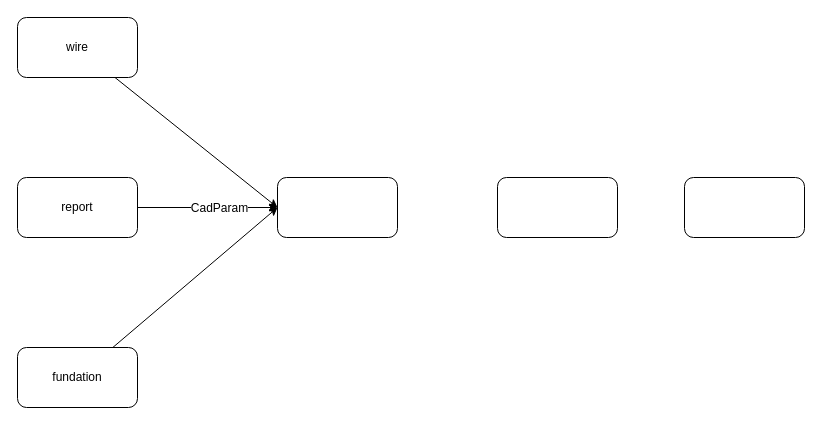
Above: cad.drawio in tonyleifang/tony (draw.io), before the change. Source tidied: cells renumbered, new cells numbered last; positions are measured from the earlier drawing's top-left corner, leaving out a move shared by most shapes. Both pictures are drawn from the tidied source at 100%, with x=0, y=0 at pixel (17, 17).
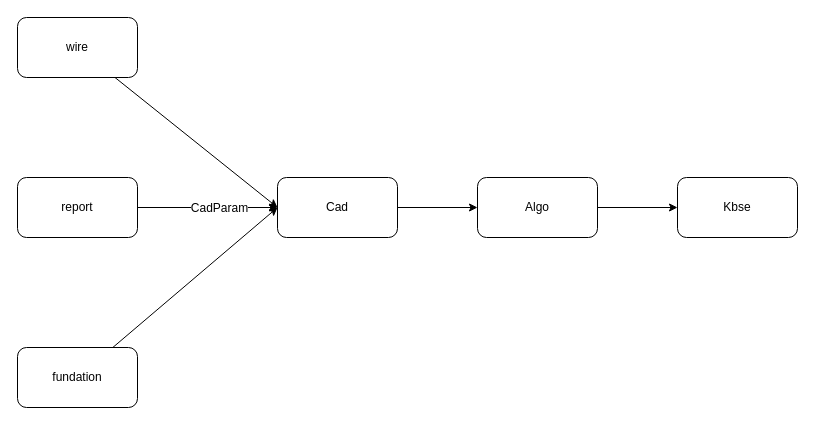
Above is the later version.

Diff of the diagram source:
```diff
@@
 <mxGraphModel>
   <root>
     <mxCell id="0" />
     <mxCell id="1" parent="0" />
     <mxCell id="2" style="rounded=0;jettySize=auto;html=1;entryX=0;entryY=0.5;entryDx=0;entryDy=0;" parent="1" edge="1" source="3" target="9">
       <mxGeometry relative="1" as="geometry" />
     </mxCell>
     <mxCell id="3" value="wire" style="rounded=1;whiteSpace=wrap;html=1;" parent="1" vertex="1">
       <mxGeometry width="120" height="60" as="geometry" />
     </mxCell>
     <mxCell id="4" style="edgeStyle=none;rounded=0;jettySize=auto;html=1;entryX=0;entryY=0.5;entryDx=0;entryDy=0;" parent="1" edge="1" source="6" target="9">
       <mxGeometry relative="1" as="geometry" />
     </mxCell>
     <mxCell id="5" value="CadParam" style="text;html=1;align=center;verticalAlign=middle;labelBackgroundColor=#ffffff;" parent="4" vertex="1">
       <mxGeometry x="-0.59" y="-1" relative="1" as="geometry">
         <mxPoint x="52" y="-1" as="offset" />
       </mxGeometry>
     </mxCell>
     <mxCell id="6" value="report&lt;br&gt;" style="rounded=1;whiteSpace=wrap;html=1;" parent="1" vertex="1">
       <mxGeometry y="160" width="120" height="60" as="geometry" />
     </mxCell>
     <mxCell id="7" style="edgeStyle=none;rounded=0;jettySize=auto;html=1;entryX=0;entryY=0.5;entryDx=0;entryDy=0;" parent="1" edge="1" source="8" target="9">
       <mxGeometry relative="1" as="geometry" />
     </mxCell>
     <mxCell id="8" value="fundation" style="rounded=1;whiteSpace=wrap;html=1;" parent="1" vertex="1">
       <mxGeometry y="330" width="120" height="60" as="geometry" />
     </mxCell>
+    <mxCell id="12" style="edgeStyle=none;rounded=0;jettySize=auto;html=1;" parent="1" edge="1" source="9" target="14">
+      <mxGeometry relative="1" as="geometry" />
+    </mxCell>
-    <mxCell id="9" style="rounded=1;whiteSpace=wrap;html=1;" parent="1" vertex="1">
+    <mxCell id="9" value="Cad" style="rounded=1;whiteSpace=wrap;html=1;" parent="1" vertex="1">
       <mxGeometry x="260" y="160" width="120" height="60" as="geometry" />
     </mxCell>
-    <mxCell id="10" style="rounded=1;whiteSpace=wrap;html=1;" parent="1" vertex="1">
-      <mxGeometry x="480" y="160" width="120" height="60" as="geometry" />
-    </mxCell>
-    <mxCell id="11" style="rounded=1;whiteSpace=wrap;html=1;" parent="1" vertex="1">
-      <mxGeometry x="667" y="160" width="120" height="60" as="geometry" />
-    </mxCell>
+    <mxCell id="13" style="edgeStyle=none;rounded=0;jettySize=auto;html=1;" parent="1" edge="1" source="14" target="15">
+      <mxGeometry relative="1" as="geometry" />
+    </mxCell>
+    <mxCell id="14" value="Algo" style="rounded=1;whiteSpace=wrap;html=1;" parent="1" vertex="1">
+      <mxGeometry x="460" y="160" width="120" height="60" as="geometry" />
+    </mxCell>
+    <mxCell id="15" value="Kbse" style="rounded=1;whiteSpace=wrap;html=1;" parent="1" vertex="1">
+      <mxGeometry x="660" y="160" width="120" height="60" as="geometry" />
+    </mxCell>
   </root>
 </mxGraphModel>
```
